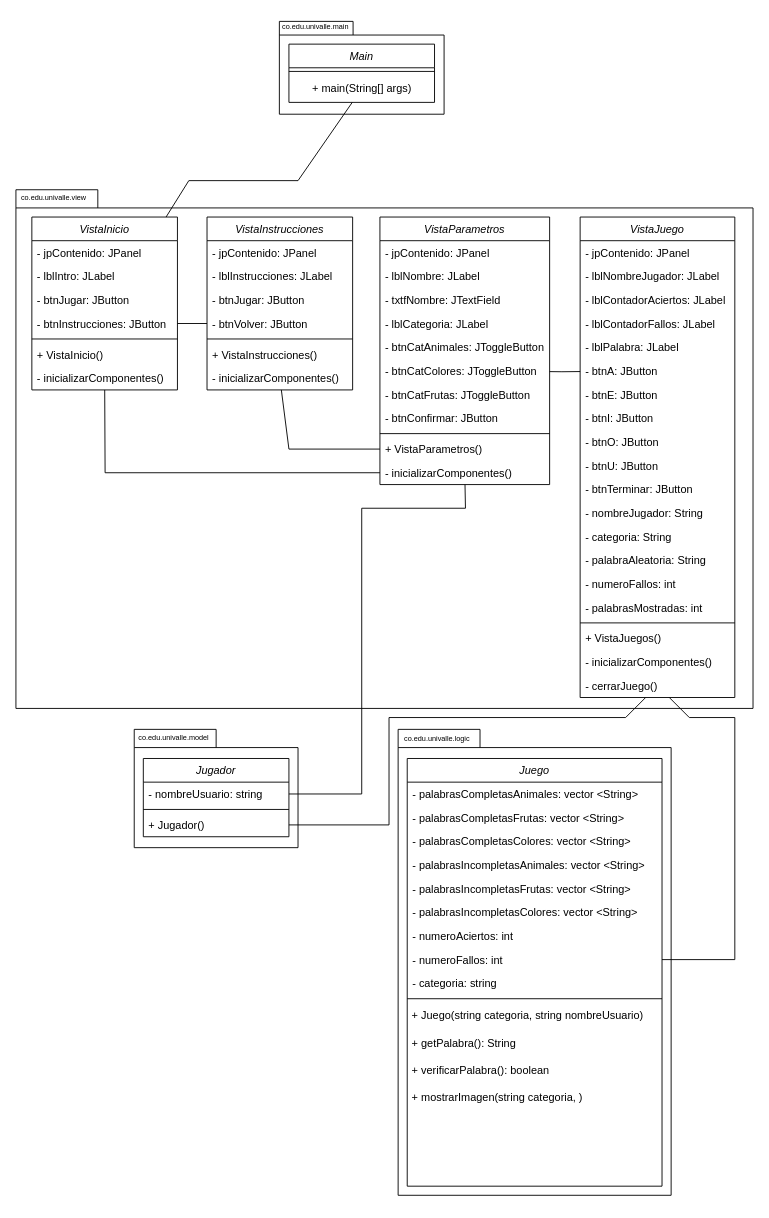
This is Diagrama de Clases MiniProyecto1.drawio from puyojulian/MiniProyecto1FPOE, a draw.io file, before an edit. Source tidied: cells renumbered, new cells numbered last; positions are measured from the earlier drawing's top-left corner, leaving out a move shared by most shapes. Both pictures are drawn from the tidied source at 91%, with x=0, y=0 at pixel (15, 15).
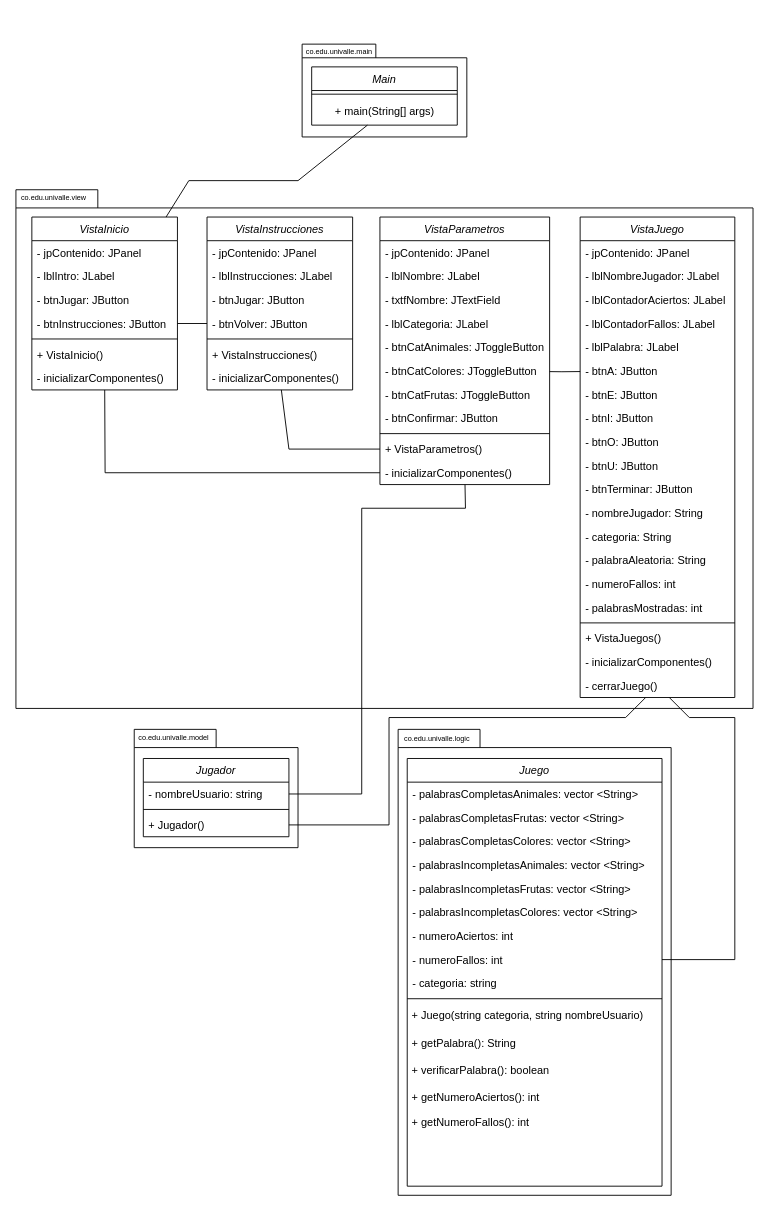
The same page after the edit.

Commit message:
Actualizados los métodos de la clase Juego con los determinados en el proyecto finalmente.

Unchanged cells that the change refers to:
```xml
<mxCell id="3" style="shape=folder;fontStyle=1;spacingTop=10;tabWidth=90;tabHeight=20;tabPosition=left;html=1;whiteSpace=wrap;" parent="1" vertex="1">
  <mxGeometry x="420" y="784" width="300" height="512" as="geometry" />
</mxCell>
<mxCell id="21" value="Juego" style="swimlane;fontStyle=2;align=center;verticalAlign=top;horizontal=1;startSize=26;rounded=0;shadow=0;strokeWidth=1;" parent="1" vertex="1">
  <mxGeometry x="430" y="816" width="280" height="470" as="geometry" />
</mxCell>
```

Change to the diagram source:
```diff
@@
     <mxCell id="2" style="shape=folder;fontStyle=1;spacingTop=10;tabWidth=81;tabHeight=15;tabPosition=left;html=1;whiteSpace=wrap;" parent="1" vertex="1">
-      <mxGeometry x="289.5" y="6" width="181" height="102" as="geometry" />
+      <mxGeometry x="314.5" y="31" width="181" height="102" as="geometry" />
     </mxCell>
@@
     <mxCell id="10" value="Main" style="swimlane;fontStyle=2;align=center;verticalAlign=top;horizontal=1;startSize=26;rounded=0;shadow=0;strokeWidth=1;" parent="1" vertex="1">
-      <mxGeometry x="300" y="31" width="160" height="64" as="geometry" />
+      <mxGeometry x="325" y="56" width="160" height="64" as="geometry" />
     </mxCell>
@@
-    <mxCell id="35" value="&amp;nbsp;+ mostrarImagen(string categoria, )" style="text;html=1;align=left;verticalAlign=middle;strokeColor=none;fillColor=none;" parent="21" vertex="1">
-      <mxGeometry y="358" width="280" height="30" as="geometry" />
-    </mxCell>
+    <mxCell id="89" value="&amp;nbsp;+ getNumeroAciertos(): int" style="text;html=1;align=left;verticalAlign=middle;strokeColor=none;fillColor=none;" parent="21" vertex="1">
+      <mxGeometry y="358" width="280" height="30" as="geometry" />
+    </mxCell>
@@
     <mxCell id="86" value="&lt;font style=&quot;font-size: 8px;&quot;&gt;co.edu.univalle.main&lt;/font&gt;" style="text;html=1;align=left;verticalAlign=bottom;strokeColor=none;fillColor=none;fontSize=8;" parent="1" vertex="1">
-      <mxGeometry x="291" width="100" height="20" as="geometry" />
+      <mxGeometry x="317" y="27" width="100" height="20" as="geometry" />
     </mxCell>
@@
+    <mxCell id="90" style="edgeStyle=orthogonalEdgeStyle;rounded=0;orthogonalLoop=1;jettySize=auto;html=1;exitX=0.5;exitY=1;exitDx=0;exitDy=0;exitPerimeter=0;" parent="1" edge="1" source="3" target="3">
+      <mxGeometry relative="1" as="geometry" />
+    </mxCell>
+    <mxCell id="91" value="&amp;nbsp;+ getNumeroFallos(): int" style="text;html=1;align=left;verticalAlign=middle;strokeColor=none;fillColor=none;" parent="1" vertex="1">
+      <mxGeometry x="430" y="1201" width="160" height="30" as="geometry" />
+    </mxCell>
```
